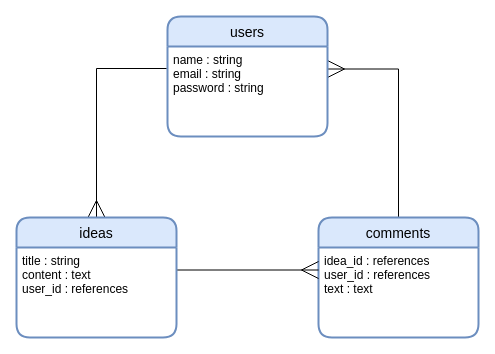
Earlier version of the draw.io diagram app/idea-app_er図.dio (kenjitsumiyama/idea-app). Source tidied: cells renumbered, new cells numbered last; positions are measured from the earlier drawing's top-left corner, leaving out a move shared by most shapes. Both pictures are drawn from the tidied source at 100%, with x=0, y=0 at pixel (16, 16).
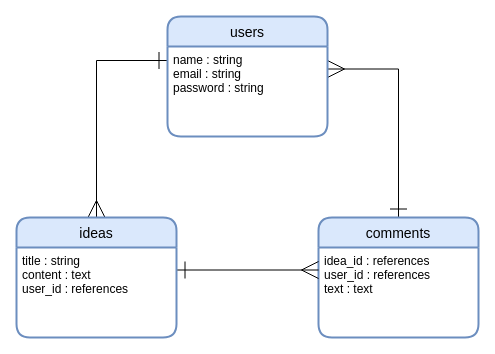
The same diagram, later.

Change to the diagram source:
```diff
@@
 <mxGraphModel background="#FFFFFF">
   <root>
     <mxCell id="0" />
     <mxCell id="1" parent="0" />
-    <mxCell id="2" style="edgeStyle=orthogonalEdgeStyle;rounded=0;jettySize=auto;html=1;exitX=0.5;exitY=0;exitDx=0;exitDy=0;entryX=1;entryY=0.25;entryDx=0;entryDy=0;endArrow=ERmany;endFill=0;strokeWidth=1;startSize=15;endSize=15;strokeColor=#000000;" parent="1" edge="1" source="3" target="8">
+    <mxCell id="2" style="edgeStyle=orthogonalEdgeStyle;rounded=0;jettySize=auto;html=1;exitX=0.5;exitY=0;exitDx=0;exitDy=0;entryX=1;entryY=0.25;entryDx=0;entryDy=0;endArrow=ERmany;endFill=0;strokeWidth=1;startSize=15;endSize=15;strokeColor=#000000;startArrow=ERone;startFill=0;" parent="1" edge="1" source="3" target="8">
       <mxGeometry relative="1" as="geometry" />
     </mxCell>
     <mxCell id="3" value="comments" style="swimlane;horizontal=1;startSize=30;rounded=1;fontSize=14;fontStyle=0;strokeWidth=2;shadow=0;dashed=0;align=center;labelBackgroundColor=none;fillColor=#dae8fc;strokeColor=#6c8ebf;fontColor=#000000;" parent="1" vertex="1">
       <mxGeometry x="302" y="201" width="160" height="120" as="geometry" />
     </mxCell>
     <mxCell id="4" value="idea_id : references&#10;user_id : references &#10;text : text" style="align=left;strokeColor=none;fillColor=none;spacingLeft=4;fontSize=12;verticalAlign=top;fontColor=#000000;" parent="3" vertex="1">
       <mxGeometry y="30" width="160" height="90" as="geometry" />
     </mxCell>
-    <mxCell id="5" style="edgeStyle=orthogonalEdgeStyle;rounded=0;jettySize=auto;html=1;exitX=0;exitY=0.5;exitDx=0;exitDy=0;entryX=0.5;entryY=0;entryDx=0;entryDy=0;startSize=15;endArrow=ERmany;endFill=0;endSize=15;strokeWidth=1;strokeColor=#000000;" parent="1" edge="1" source="8" target="9">
+    <mxCell id="5" style="edgeStyle=orthogonalEdgeStyle;rounded=0;jettySize=auto;html=1;entryX=0.5;entryY=0;entryDx=0;entryDy=0;startSize=15;endArrow=ERmany;endFill=0;endSize=15;strokeWidth=1;strokeColor=#000000;startArrow=ERone;startFill=0;" parent="1" edge="1" source="8" target="9">
       <mxGeometry relative="1" as="geometry">
         <Array as="points">
-          <mxPoint x="150" y="52" />
-          <mxPoint x="100" y="52" />
+          <mxPoint x="80" y="44" />
         </Array>
       </mxGeometry>
     </mxCell>
-    <mxCell id="6" style="edgeStyle=orthogonalEdgeStyle;rounded=0;jettySize=auto;html=1;exitX=1;exitY=0.25;exitDx=0;exitDy=0;entryX=0;entryY=0.25;entryDx=0;entryDy=0;startSize=15;endArrow=ERmany;endFill=0;endSize=15;strokeWidth=1;strokeColor=#000000;" parent="1" edge="1" source="10" target="4">
+    <mxCell id="6" style="edgeStyle=orthogonalEdgeStyle;rounded=0;jettySize=auto;html=1;exitX=1;exitY=0.25;exitDx=0;exitDy=0;entryX=0;entryY=0.25;entryDx=0;entryDy=0;startSize=15;endArrow=ERmany;endFill=0;endSize=15;strokeWidth=1;strokeColor=#000000;startArrow=ERone;startFill=0;" parent="1" edge="1" source="10" target="4">
       <mxGeometry relative="1" as="geometry" />
     </mxCell>
     <mxCell id="7" value="users" style="swimlane;horizontal=1;startSize=30;rounded=1;fontSize=14;fontStyle=0;strokeWidth=2;shadow=0;dashed=0;align=center;strokeColor=#6c8ebf;fillColor=#dae8fc;fontColor=#000000;" parent="1" vertex="1">
       <mxGeometry x="151" width="160" height="120" as="geometry" />
     </mxCell>
     <mxCell id="8" value="name : string&#10;email : string&#10;password : string" style="align=left;strokeColor=none;fillColor=none;spacingLeft=4;fontSize=12;verticalAlign=top;fontColor=#000000;" parent="7" vertex="1">
       <mxGeometry y="30" width="160" height="90" as="geometry" />
     </mxCell>
     <mxCell id="9" value="ideas" style="swimlane;horizontal=1;startSize=30;rounded=1;fontSize=14;fontStyle=0;strokeWidth=2;shadow=0;dashed=0;align=center;fillColor=#dae8fc;strokeColor=#6c8ebf;fontColor=#000000;" parent="1" vertex="1">
       <mxGeometry y="201" width="160" height="120" as="geometry" />
     </mxCell>
     <mxCell id="10" value="title : string&#10;content : text &#10;user_id : references" style="align=left;strokeColor=none;fillColor=none;spacingLeft=4;fontSize=12;verticalAlign=top;fontColor=#000000;" parent="9" vertex="1">
       <mxGeometry y="30" width="160" height="90" as="geometry" />
     </mxCell>
   </root>
 </mxGraphModel>
```
